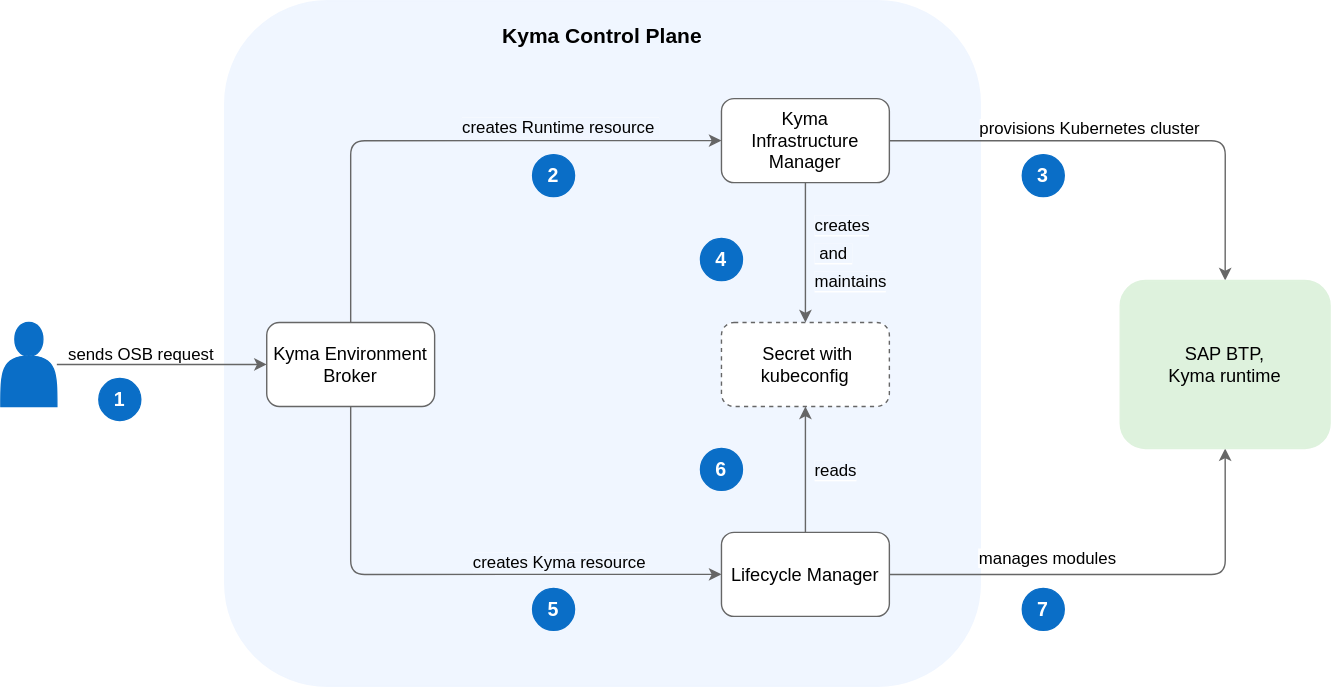
The draw.io diagram docs/assets/keb-arch.drawio.svg in kyma-project/kyma-environment-broker, before a commit. Source tidied: cells renumbered, new cells last; positions are measured from the earlier drawing's top-left corner, leaving out a move shared by most shapes.
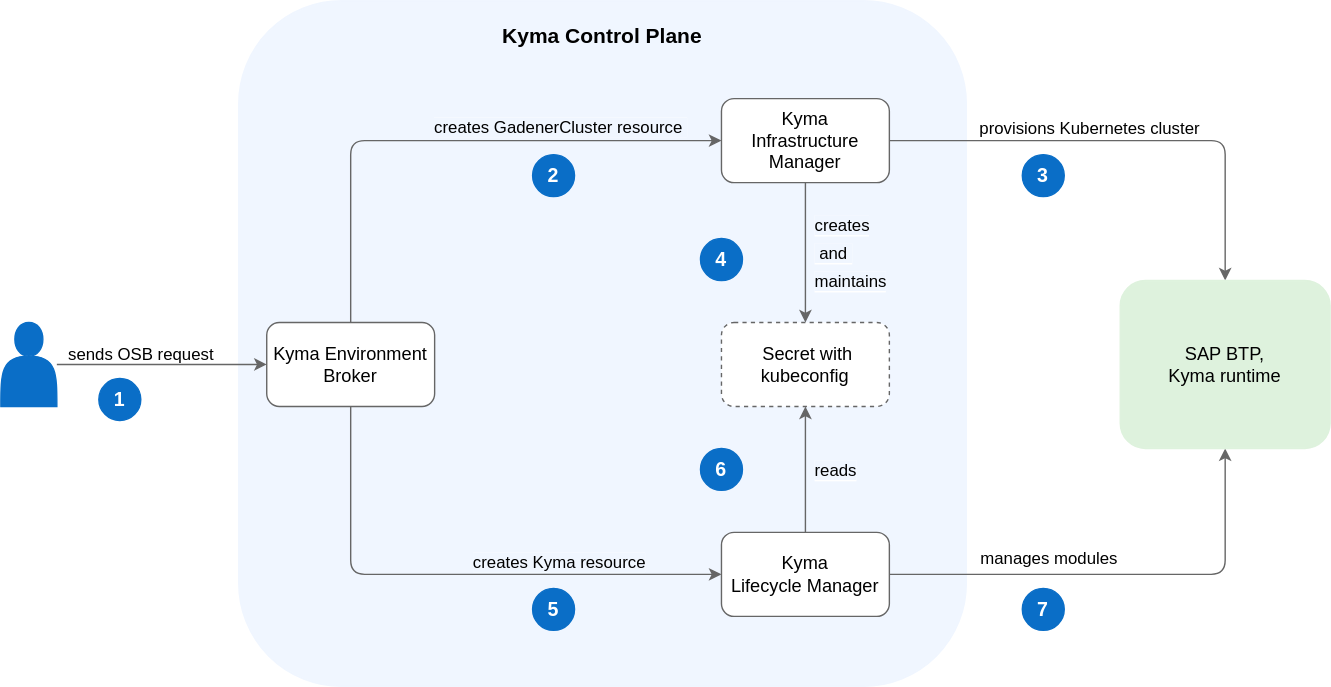
The same file after the commit.

The edit, as a diff of the source:
```diff
@@ -3,7 +3,7 @@
     <mxCell id="0" />
     <mxCell id="1" parent="0" />
     <mxCell id="2" style="rounded=1;whiteSpace=wrap;html=1;align=left;fillColor=#f0f6ff;strokeColor=#f0f6ff;verticalAlign=middle;labelPosition=right;verticalLabelPosition=middle;" parent="1" vertex="1">
-      <mxGeometry x="160" width="540" height="490" as="geometry" />
+      <mxGeometry x="170" width="520" height="490" as="geometry" />
     </mxCell>
     <mxCell id="3" value="&lt;font style=&quot;font-size: 15px;&quot;&gt;&lt;b&gt;Kyma Control Plane&lt;/b&gt;&lt;/font&gt;" style="text;html=1;strokeColor=none;fillColor=none;align=center;verticalAlign=middle;whiteSpace=wrap;rounded=0;fontSize=19;labelPosition=center;verticalLabelPosition=middle;" parent="1" vertex="1">
       <mxGeometry x="340" y="10" width="180" height="30" as="geometry" />
@@ -15,7 +15,7 @@
         </Array>
       </mxGeometry>
     </mxCell>
-    <mxCell id="5" value="&lt;font style=&quot;font-size: 12px; background-color: rgb(240, 246, 255);&quot;&gt;creates Runtime resource&amp;nbsp;&lt;/font&gt;" style="edgeLabel;html=1;align=center;verticalAlign=bottom;" parent="4" vertex="1">
+    <mxCell id="5" value="&lt;font style=&quot;font-size: 12px; background-color: rgb(240, 246, 255);&quot;&gt;creates GadenerCluster resource&amp;nbsp;&lt;/font&gt;" style="edgeLabel;html=1;align=center;verticalAlign=bottom;" parent="4" vertex="1">
       <mxGeometry x="0.41" y="1" relative="1" as="geometry" />
     </mxCell>
     <mxCell id="6" style="edgeStyle=orthogonalEdgeStyle;rounded=1;jettySize=auto;html=1;entryX=0;entryY=0.5;entryDx=0;entryDy=0;strokeColor=#666666;" parent="1" edge="1" source="8" target="20">
@@ -76,7 +76,7 @@
         <mxPoint x="7" y="-14" as="offset" />
       </mxGeometry>
     </mxCell>
-    <mxCell id="20" value="&lt;font style=&quot;font-size: 13px;&quot;&gt;Lifecycle Manager&lt;/font&gt;" style="rounded=1;whiteSpace=wrap;html=1;strokeColor=#666666;" parent="1" vertex="1">
+    <mxCell id="20" value="&lt;font style=&quot;font-size: 13px;&quot;&gt;Kyma&lt;/font&gt;&lt;div&gt;&lt;font style=&quot;font-size: 13px;&quot;&gt;Lifecycle Manager&lt;/font&gt;&lt;/div&gt;" style="rounded=1;whiteSpace=wrap;html=1;strokeColor=#666666;" parent="1" vertex="1">
       <mxGeometry x="515" y="380" width="120" height="60" as="geometry" />
     </mxCell>
     <mxCell id="21" style="edgeStyle=orthogonalEdgeStyle;rounded=1;jettySize=auto;html=1;strokeColor=#666666;" parent="1" edge="1" source="22" target="8">
```
